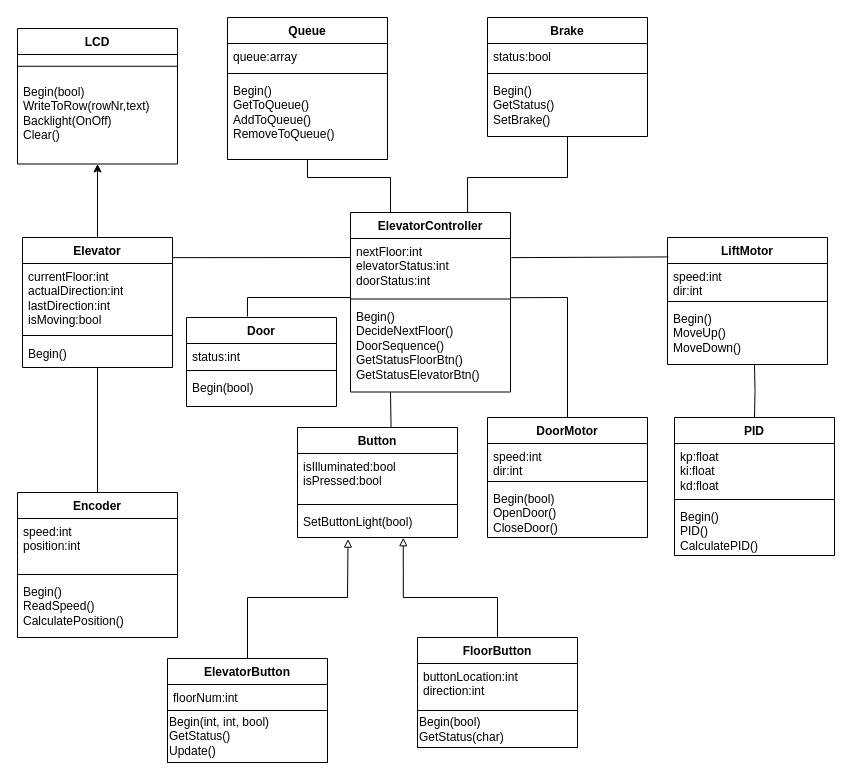
johannesKringlen/MAS246_Project keeps this draw.io diagram as Documents/UMLDiagramElevator.drawio. Above is the earlier version. Source tidied: cells renumbered, new cells numbered last; positions are measured from the earlier drawing's top-left corner, leaving out a move shared by most shapes. Both pictures are drawn from the tidied source at 100%, with x=0, y=0 at pixel (17, 17).
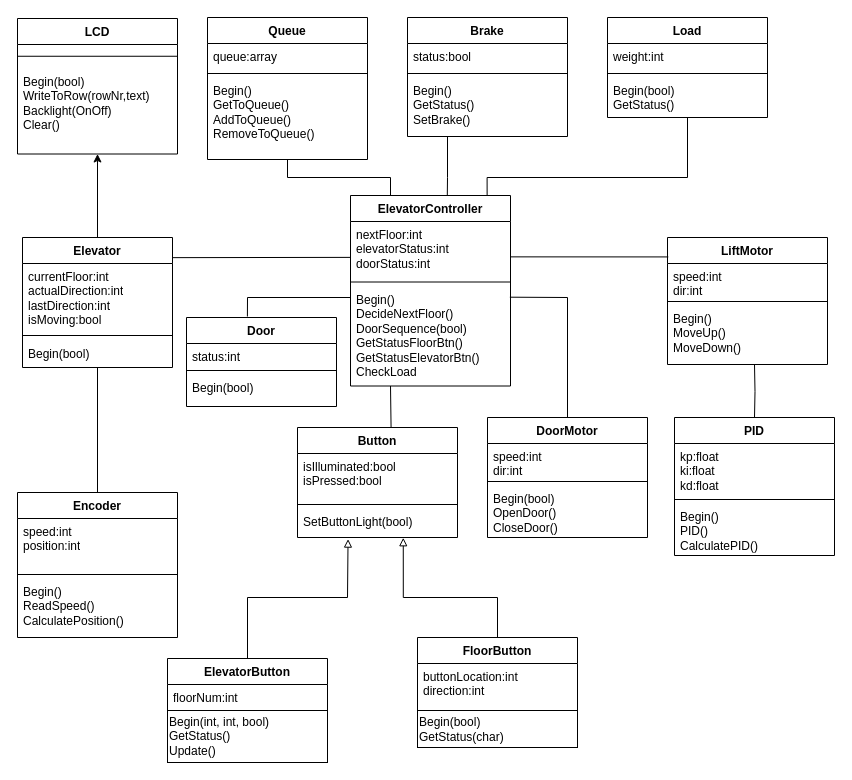
The same diagram, later.

Unchanged cells that the change refers to:
```xml
<mxCell id="4" value="nextFloor:int&lt;div&gt;elevatorStatus:int&lt;/div&gt;&lt;div&gt;doorStatus:int&lt;/div&gt;" style="text;strokeColor=none;fillColor=none;align=left;verticalAlign=top;spacingLeft=4;spacingRight=4;overflow=hidden;points=[[0,0.5],[1,0.5]];portConstraint=eastwest;whiteSpace=wrap;html=1;" parent="3" vertex="1">
  <mxGeometry y="26" width="160" height="56.5" as="geometry" />
</mxCell>
<mxCell id="18" value="DoorMotor" style="swimlane;fontStyle=1;align=center;verticalAlign=top;horizontal=1;startSize=26;whiteSpace=wrap;html=1;" parent="1" vertex="1">
  <mxGeometry x="470" y="400" width="160" height="120" as="geometry" />
</mxCell>
<mxCell id="23" value="LiftMotor" style="swimlane;fontStyle=1;align=center;verticalAlign=top;horizontal=1;startSize=26;whiteSpace=wrap;html=1;" parent="1" vertex="1">
  <mxGeometry x="650" y="220" width="160" height="127" as="geometry" />
</mxCell>
<mxCell id="52" value="Elevator" style="swimlane;fontStyle=1;align=center;verticalAlign=top;horizontal=1;startSize=26;whiteSpace=wrap;html=1;" parent="1" vertex="1">
  <mxGeometry x="5" y="220" width="150" height="130" as="geometry" />
</mxCell>
```

The edit, as a diff of the source:
```diff
@@
     <mxCell id="3" value="ElevatorController" style="swimlane;fontStyle=1;align=center;verticalAlign=top;horizontal=1;startSize=26;whiteSpace=wrap;html=1;" parent="1" vertex="1">
-      <mxGeometry x="333" y="195" width="160" height="179.5" as="geometry" />
+      <mxGeometry x="333" y="178" width="160" height="190.5" as="geometry" />
     </mxCell>
@@
-    <mxCell id="6" value="&lt;div&gt;Begin()&lt;/div&gt;DecideNextFloor()&lt;div&gt;DoorSequence()&lt;/div&gt;&lt;div&gt;GetStatusFloorBtn()&lt;/div&gt;&lt;div&gt;GetStatusElevatorBtn()&lt;/div&gt;" style="text;strokeColor=none;fillColor=none;align=left;verticalAlign=top;spacingLeft=4;spacingRight=4;overflow=hidden;points=[[0,0.5],[1,0.5]];portConstraint=eastwest;whiteSpace=wrap;html=1;" parent="3" vertex="1">
-      <mxGeometry y="90.5" width="160" height="89" as="geometry" />
+    <mxCell id="6" value="&lt;div&gt;Begin()&lt;/div&gt;DecideNextFloor()&lt;div&gt;DoorSequence(bool)&lt;/div&gt;&lt;div&gt;GetStatusFloorBtn()&lt;/div&gt;&lt;div&gt;GetStatusElevatorBtn()&lt;/div&gt;&lt;div&gt;CheckLoad&lt;/div&gt;" style="text;strokeColor=none;fillColor=none;align=left;verticalAlign=top;spacingLeft=4;spacingRight=4;overflow=hidden;points=[[0,0.5],[1,0.5]];portConstraint=eastwest;whiteSpace=wrap;html=1;" parent="3" vertex="1">
+      <mxGeometry y="90.5" width="160" height="100" as="geometry" />
     </mxCell>
@@
-    <mxCell id="17" style="edgeStyle=none;rounded=0;jettySize=auto;html=1;entryX=1.004;entryY=1.048;entryDx=0;entryDy=0;endArrow=none;endFill=0;entryPerimeter=0;" parent="1" edge="1" source="18" target="4">
-      <mxGeometry x="0.16" relative="1" as="geometry">
+    <mxCell id="17" style="edgeStyle=none;rounded=0;jettySize=auto;html=1;entryX=0.996;entryY=0.112;entryDx=0;entryDy=0;endArrow=none;endFill=0;entryPerimeter=0;" parent="1" edge="1" source="18" target="6">
+      <mxGeometry x="0.17" relative="1" as="geometry">
         <Array as="points">
           <mxPoint x="550" y="280" />
         </Array>
       </mxGeometry>
     </mxCell>
@@
-    <mxCell id="27" style="edgeStyle=none;rounded=0;jettySize=auto;html=1;entryX=1.005;entryY=0.339;entryDx=0;entryDy=0;exitX=0.005;exitY=0.153;exitDx=0;exitDy=0;endArrow=none;endFill=0;entryPerimeter=0;exitPerimeter=0;" parent="1" edge="1" source="23" target="4">
+    <mxCell id="27" style="edgeStyle=none;rounded=0;jettySize=auto;html=1;entryX=0.998;entryY=0.626;entryDx=0;entryDy=0;exitX=0.005;exitY=0.153;exitDx=0;exitDy=0;endArrow=none;endFill=0;entryPerimeter=0;exitPerimeter=0;" parent="1" edge="1" source="23" target="4">
       <mxGeometry relative="1" as="geometry" />
     </mxCell>
@@
-    <mxCell id="29" style="edgeStyle=none;rounded=0;jettySize=auto;html=1;endArrow=none;endFill=0;exitX=1.002;exitY=0.155;exitDx=0;exitDy=0;exitPerimeter=0;entryX=0.001;entryY=0.337;entryDx=0;entryDy=0;entryPerimeter=0;" parent="1" edge="1" source="52" target="4">
+    <mxCell id="29" style="edgeStyle=none;rounded=0;jettySize=auto;html=1;endArrow=none;endFill=0;exitX=1.002;exitY=0.155;exitDx=0;exitDy=0;exitPerimeter=0;entryX=0.001;entryY=0.635;entryDx=0;entryDy=0;entryPerimeter=0;" parent="1" edge="1" source="52" target="4">
       <mxGeometry relative="1" as="geometry" />
     </mxCell>
     <mxCell id="30" value="Queue" style="swimlane;fontStyle=1;align=center;verticalAlign=top;horizontal=1;startSize=26;whiteSpace=wrap;html=1;" parent="1" vertex="1">
-      <mxGeometry x="210" width="160" height="142" as="geometry" />
+      <mxGeometry x="190" width="160" height="142" as="geometry" />
     </mxCell>
@@
-    <mxCell id="34" style="edgeStyle=none;rounded=0;jettySize=auto;html=1;endArrow=none;endFill=0;entryX=0.732;entryY=-0.001;entryDx=0;entryDy=0;entryPerimeter=0;" parent="1" edge="1" source="35" target="3">
-      <mxGeometry x="0.21" relative="1" as="geometry">
+    <mxCell id="34" style="edgeStyle=none;rounded=0;jettySize=auto;html=1;endArrow=none;endFill=0;entryX=0.605;entryY=-0.002;entryDx=0;entryDy=0;entryPerimeter=0;exitX=0.25;exitY=1;exitDx=0;exitDy=0;" parent="1" edge="1" source="35" target="3">
+      <mxGeometry x="-0.07" relative="1" as="geometry">
         <Array as="points">
-          <mxPoint x="550" y="160" />
-          <mxPoint x="450" y="160" />
+          <mxPoint x="430" y="160" />
         </Array>
       </mxGeometry>
     </mxCell>
     <mxCell id="35" value="Brake" style="swimlane;fontStyle=1;align=center;verticalAlign=top;horizontal=1;startSize=26;whiteSpace=wrap;html=1;" parent="1" vertex="1">
-      <mxGeometry x="470" width="160" height="119" as="geometry" />
+      <mxGeometry x="390" width="160" height="119" as="geometry" />
     </mxCell>
@@
     <mxCell id="39" style="edgeStyle=none;rounded=0;jettySize=auto;html=1;endArrow=none;endFill=0;entryX=0.5;entryY=1;entryDx=0;entryDy=0;exitX=0.25;exitY=0;exitDx=0;exitDy=0;" parent="1" edge="1" source="3" target="30">
-      <mxGeometry x="0.05" relative="1" as="geometry">
+      <mxGeometry x="-0.03" relative="1" as="geometry">
         <Array as="points">
           <mxPoint x="373" y="160" />
-          <mxPoint x="290" y="160" />
+          <mxPoint x="270" y="160" />
         </Array>
       </mxGeometry>
     </mxCell>
@@
     <mxCell id="44" value="LCD" style="swimlane;fontStyle=1;align=center;verticalAlign=top;horizontal=1;startSize=26;whiteSpace=wrap;html=1;" parent="1" vertex="1">
-      <mxGeometry y="11" width="160" height="135.5" as="geometry" />
+      <mxGeometry y="1" width="160" height="135.5" as="geometry" />
     </mxCell>
@@
-    <mxCell id="55" value="Begin()" style="text;strokeColor=none;fillColor=none;align=left;verticalAlign=top;spacingLeft=4;spacingRight=4;overflow=hidden;whiteSpace=wrap;html=1;" parent="52" vertex="1">
+    <mxCell id="55" value="Begin(bool)" style="text;strokeColor=none;fillColor=none;align=left;verticalAlign=top;spacingLeft=4;spacingRight=4;overflow=hidden;whiteSpace=wrap;html=1;" parent="52" vertex="1">
       <mxGeometry y="102.5" width="150" height="27.5" as="geometry" />
     </mxCell>
@@
+    <mxCell id="63" value="Load" style="swimlane;fontStyle=1;align=center;verticalAlign=top;horizontal=1;startSize=26;whiteSpace=wrap;html=1;" parent="1" vertex="1">
+      <mxGeometry x="590" width="160" height="100" as="geometry" />
+    </mxCell>
+    <mxCell id="64" value="weight:int" style="text;strokeColor=none;fillColor=none;align=left;verticalAlign=top;spacingLeft=4;spacingRight=4;overflow=hidden;whiteSpace=wrap;html=1;" parent="63" vertex="1">
+      <mxGeometry y="26" width="160" height="26" as="geometry" />
+    </mxCell>
+    <mxCell id="65" style="line;strokeWidth=1;fillColor=none;align=left;verticalAlign=middle;spacingTop=-1;spacingLeft=3;spacingRight=3;labelPosition=right;strokeColor=inherit;" parent="63" vertex="1">
+      <mxGeometry y="52" width="160" height="8" as="geometry" />
+    </mxCell>
+    <mxCell id="66" value="&lt;div&gt;Begin(bool)&lt;/div&gt;GetStatus()" style="text;strokeColor=none;fillColor=none;align=left;verticalAlign=top;spacingLeft=4;spacingRight=4;overflow=hidden;whiteSpace=wrap;html=1;" parent="63" vertex="1">
+      <mxGeometry y="60" width="160" height="40" as="geometry" />
+    </mxCell>
+    <mxCell id="67" style="edgeStyle=orthogonalEdgeStyle;rounded=0;jettySize=auto;html=1;exitX=0.5;exitY=1;exitDx=0;exitDy=0;entryX=0.854;entryY=-0.001;entryDx=0;entryDy=0;entryPerimeter=0;endArrow=none;endFill=0;" parent="1" edge="1" source="63" target="3">
+      <mxGeometry x="0.01" relative="1" as="geometry">
+        <Array as="points">
+          <mxPoint x="670" y="160" />
+          <mxPoint x="469.6" y="160" />
+        </Array>
+      </mxGeometry>
+    </mxCell>
```
